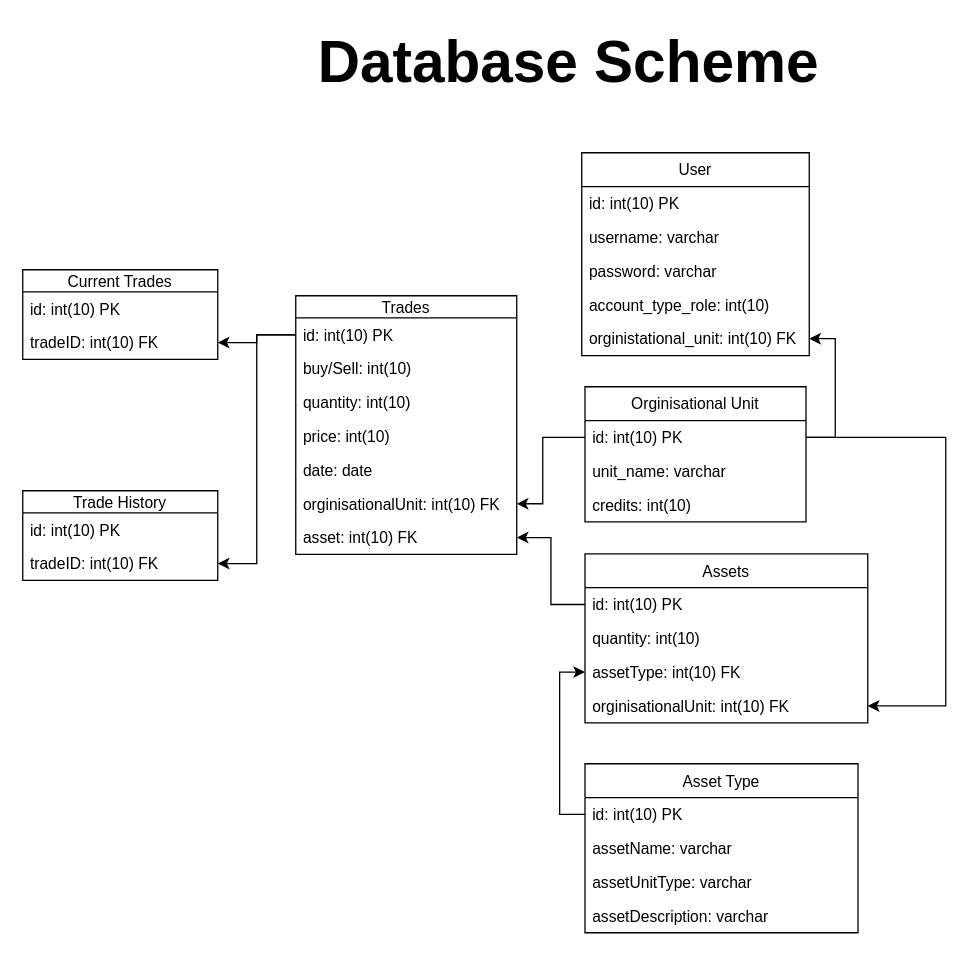
The draw.io diagram Project_Report/Database_Scheme_ORM.drawio in aash35/Assest-Trading-Platform, before the edit. Source tidied: cells renumbered, new cells numbered last; positions are measured from the earlier drawing's top-left corner, leaving out a move shared by most shapes. Both pictures are drawn from the tidied source at 130%, with x=0, y=0 at pixel (22, 22).
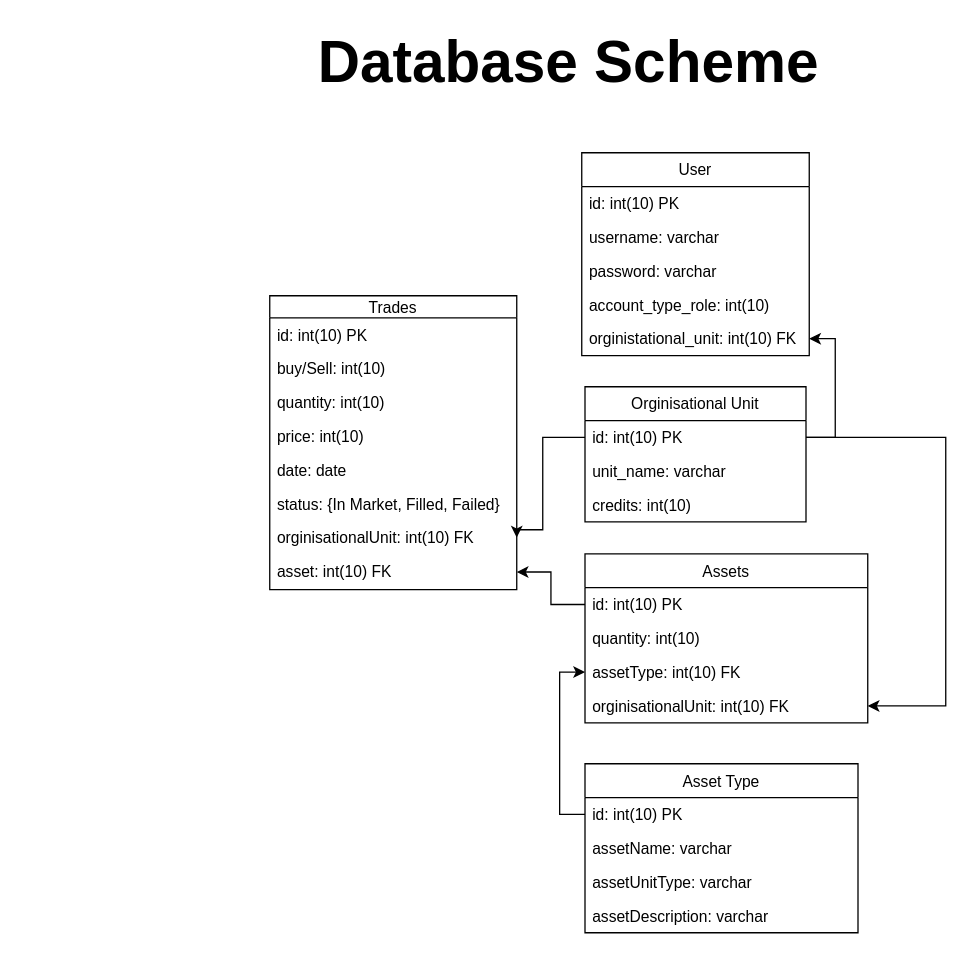
The same page after the edit.

Commit message (it also covers changes not shown here):
edited the ORM diagram

Unchanged cells that the change refers to:
```xml
<mxCell id="7" value="id: int(10) PK" style="text;strokeColor=none;fillColor=none;align=left;verticalAlign=top;spacingLeft=4;spacingRight=4;overflow=hidden;points=[[0,0.5],[1,0.5]];portConstraint=eastwest;" parent="6" vertex="1">
  <mxGeometry y="26" width="170" height="26" as="geometry" />
</mxCell>
```

Diff of the diagram source:
```diff
@@
-    <mxCell id="3" value="Current Trades" style="swimlane;fontStyle=0;horizontal=1;startSize=17;fillColor=none;" parent="1" vertex="1">
-      <mxGeometry y="190" width="150" height="69" as="geometry" />
-    </mxCell>
-    <mxCell id="4" value="id: int(10) PK" style="text;strokeColor=none;fillColor=none;align=left;verticalAlign=top;spacingLeft=4;spacingRight=4;overflow=hidden;" parent="3" vertex="1">
-      <mxGeometry y="17" width="150" height="26" as="geometry" />
-    </mxCell>
-    <mxCell id="5" value="tradeID: int(10) FK" style="text;strokeColor=none;fillColor=none;align=left;verticalAlign=top;spacingLeft=4;spacingRight=4;overflow=hidden;points=[[0,0.5],[1,0.5]];portConstraint=eastwest;" parent="3" vertex="1">
-      <mxGeometry y="43" width="150" height="26" as="geometry" />
-    </mxCell>
@@
-    <mxCell id="29" value="Trade History" style="swimlane;fontStyle=0;horizontal=1;startSize=17;fillColor=none;" parent="1" vertex="1">
-      <mxGeometry y="360" width="150" height="69" as="geometry" />
-    </mxCell>
-    <mxCell id="30" value="id: int(10) PK" style="text;strokeColor=none;fillColor=none;align=left;verticalAlign=top;spacingLeft=4;spacingRight=4;overflow=hidden;" parent="29" vertex="1">
-      <mxGeometry y="17" width="150" height="26" as="geometry" />
-    </mxCell>
-    <mxCell id="31" value="tradeID: int(10) FK" style="text;strokeColor=none;fillColor=none;align=left;verticalAlign=top;spacingLeft=4;spacingRight=4;overflow=hidden;points=[[0,0.5],[1,0.5]];portConstraint=eastwest;" parent="29" vertex="1">
-      <mxGeometry y="43" width="150" height="26" as="geometry" />
-    </mxCell>
     <mxCell id="32" value="Trades" style="swimlane;fontStyle=0;horizontal=1;startSize=17;fillColor=none;" parent="1" vertex="1">
-      <mxGeometry x="210" y="210" width="170" height="199" as="geometry" />
+      <mxGeometry x="190" y="210" width="190" height="226" as="geometry" />
     </mxCell>
     <mxCell id="33" value="id: int(10) PK" style="text;strokeColor=none;fillColor=none;align=left;verticalAlign=top;spacingLeft=4;spacingRight=4;overflow=hidden;points=[[0,0.5],[1,0.5]];portConstraint=eastwest;" parent="32" vertex="1">
-      <mxGeometry y="17" width="170" height="26" as="geometry" />
+      <mxGeometry y="17" width="190" height="26" as="geometry" />
     </mxCell>
     <mxCell id="34" value="buy/Sell: int(10)" style="text;strokeColor=none;fillColor=none;align=left;verticalAlign=top;spacingLeft=4;spacingRight=4;overflow=hidden;" parent="32" vertex="1">
-      <mxGeometry y="43" width="170" height="26" as="geometry" />
+      <mxGeometry y="43" width="190" height="26" as="geometry" />
     </mxCell>
     <mxCell id="35" value="quantity: int(10)" style="text;strokeColor=none;fillColor=none;align=left;verticalAlign=top;spacingLeft=4;spacingRight=4;overflow=hidden;" parent="32" vertex="1">
-      <mxGeometry y="69" width="170" height="26" as="geometry" />
+      <mxGeometry y="69" width="190" height="26" as="geometry" />
     </mxCell>
     <mxCell id="36" value="price: int(10)" style="text;strokeColor=none;fillColor=none;align=left;verticalAlign=top;spacingLeft=4;spacingRight=4;overflow=hidden;" parent="32" vertex="1">
-      <mxGeometry y="95" width="170" height="26" as="geometry" />
+      <mxGeometry y="95" width="190" height="26" as="geometry" />
     </mxCell>
     <mxCell id="37" value="date: date" style="text;strokeColor=none;fillColor=none;align=left;verticalAlign=top;spacingLeft=4;spacingRight=4;overflow=hidden;" parent="32" vertex="1">
-      <mxGeometry y="121" width="170" height="26" as="geometry" />
+      <mxGeometry y="121" width="190" height="26" as="geometry" />
     </mxCell>
+    <mxCell id="44" value="status: {In Market, Filled, Failed}" style="text;strokeColor=none;fillColor=none;align=left;verticalAlign=top;spacingLeft=4;spacingRight=4;overflow=hidden;" parent="32" vertex="1">
+      <mxGeometry y="147" width="190" height="26" as="geometry" />
+    </mxCell>
     <mxCell id="38" value="orginisationalUnit: int(10) FK" style="text;strokeColor=none;fillColor=none;align=left;verticalAlign=top;spacingLeft=4;spacingRight=4;overflow=hidden;points=[[0,0.5],[1,0.5]];portConstraint=eastwest;" parent="32" vertex="1">
-      <mxGeometry y="147" width="170" height="26" as="geometry" />
+      <mxGeometry y="173" width="190" height="26" as="geometry" />
     </mxCell>
     <mxCell id="39" value="asset: int(10) FK" style="text;strokeColor=none;fillColor=none;align=left;verticalAlign=top;spacingLeft=4;spacingRight=4;overflow=hidden;points=[[0,0.5],[1,0.5]];portConstraint=eastwest;" parent="32" vertex="1">
-      <mxGeometry y="173" width="170" height="26" as="geometry" />
+      <mxGeometry y="199" width="190" height="27" as="geometry" />
     </mxCell>
     <mxCell id="40" style="edgeStyle=orthogonalEdgeStyle;rounded=0;jettySize=auto;html=1;entryX=1;entryY=0.5;entryDx=0;entryDy=0;exitX=0;exitY=0.5;exitDx=0;exitDy=0;" parent="1" edge="1" source="7" target="38">
       <mxGeometry relative="1" as="geometry">
         <Array as="points">
           <mxPoint x="400" y="319" />
-          <mxPoint x="400" y="370" />
+          <mxPoint x="400" y="390" />
+          <mxPoint x="380" y="390" />
         </Array>
       </mxGeometry>
     </mxCell>
@@
-    <mxCell id="42" style="edgeStyle=orthogonalEdgeStyle;rounded=0;jettySize=auto;html=1;entryX=1;entryY=0.5;entryDx=0;entryDy=0;" parent="1" edge="1" source="33" target="5">
-      <mxGeometry relative="1" as="geometry" />
-    </mxCell>
-    <mxCell id="43" style="edgeStyle=orthogonalEdgeStyle;rounded=0;jettySize=auto;html=1;entryX=1;entryY=0.5;entryDx=0;entryDy=0;" parent="1" edge="1" source="33" target="31">
-      <mxGeometry relative="1" as="geometry" />
-    </mxCell>
```
